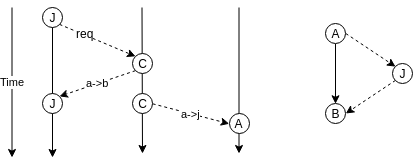
This is report/images/join.png from TheDuckGoesQuark/ringdistsys, a draw.io export, as it was before one commit. Source tidied: cells renumbered, new cells last; positions are measured from the earlier drawing's top-left corner, leaving out a move shared by most shapes.
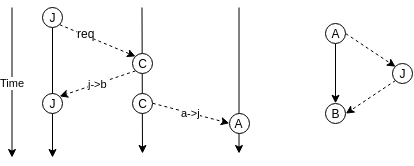
After the commit.

Change to the diagram source:
```diff
@@ -35,7 +35,7 @@
     <mxCell id="8" value="J" style="ellipse;whiteSpace=wrap;html=1;" parent="1" vertex="1">
       <mxGeometry x="30" width="20" height="20" as="geometry" />
     </mxCell>
-    <mxCell id="9" value="a-&amp;gt;b" style="edgeStyle=none;rounded=0;jettySize=auto;html=1;exitX=0;exitY=1;exitDx=0;exitDy=0;entryX=1;entryY=0;entryDx=0;entryDy=0;dashed=1;endArrow=classic;endFill=1;" parent="1" edge="1" source="10" target="11">
+    <mxCell id="9" value="j-&amp;gt;b" style="edgeStyle=none;rounded=0;jettySize=auto;html=1;exitX=0;exitY=1;exitDx=0;exitDy=0;entryX=1;entryY=0;entryDx=0;entryDy=0;dashed=1;endArrow=classic;endFill=1;" parent="1" edge="1" source="10" target="11">
       <mxGeometry relative="1" as="geometry" />
     </mxCell>
     <mxCell id="10" value="C" style="ellipse;whiteSpace=wrap;html=1;" parent="1" vertex="1">
```
